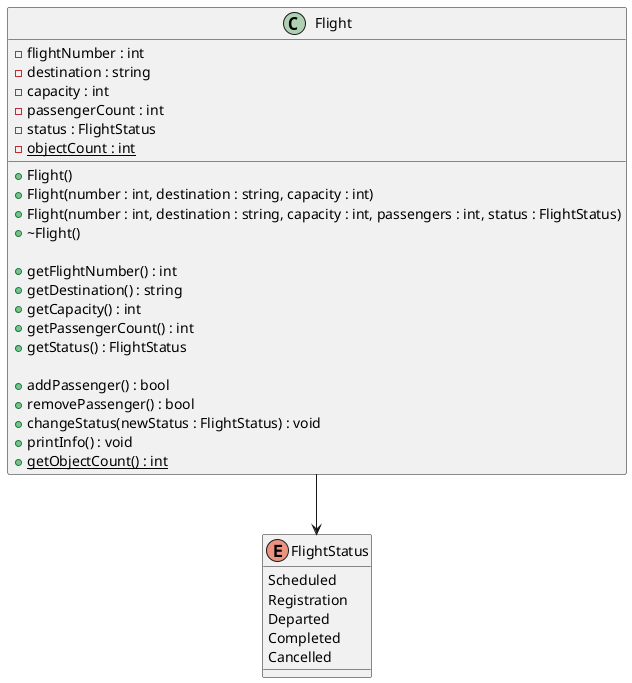
Above: Лабораторная_2/Flight.png in M1per/OOP-Labs (PlantUML), before the change.
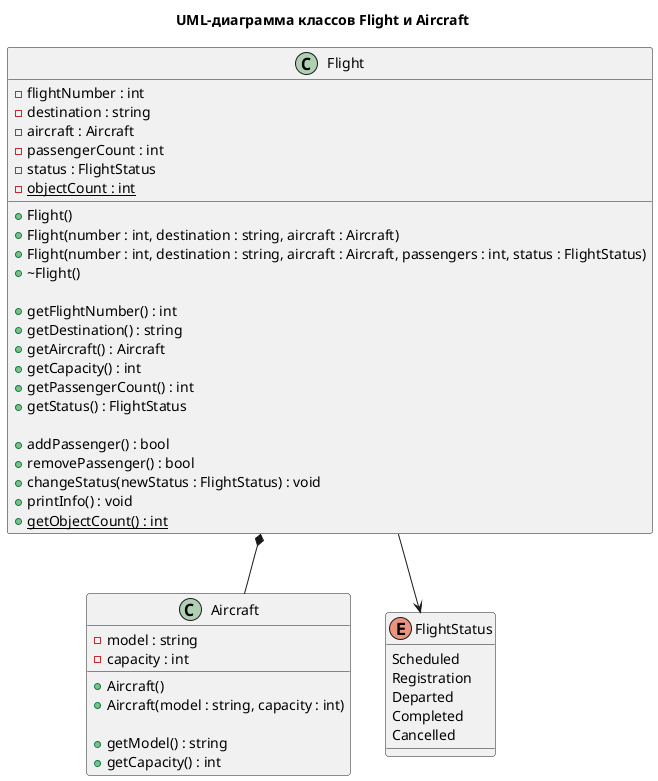
The same diagram one commit later.

Commit message:
Обновлена UML-диаграмма классов Flight и Aircraft

Change to the diagram source:
```diff
@@ -1,20 +1,34 @@
 @startuml
+
+title UML-диаграмма классов Flight и Aircraft
+
+class Aircraft {
+    - model : string
+    - capacity : int
+
+    + Aircraft()
+    + Aircraft(model : string, capacity : int)
+
+    + getModel() : string
+    + getCapacity() : int
+}
 
 class Flight {
     - flightNumber : int
     - destination : string
-    - capacity : int
+    - aircraft : Aircraft
     - passengerCount : int
     - status : FlightStatus
     - objectCount : int {static}
 
     + Flight()
-    + Flight(number : int, destination : string, capacity : int)
-    + Flight(number : int, destination : string, capacity : int, passengers : int, status : FlightStatus)
+    + Flight(number : int, destination : string, aircraft : Aircraft)
+    + Flight(number : int, destination : string, aircraft : Aircraft, passengers : int, status : FlightStatus)
     + ~Flight()
 
     + getFlightNumber() : int
     + getDestination() : string
+    + getAircraft() : Aircraft
     + getCapacity() : int
     + getPassengerCount() : int
     + getStatus() : FlightStatus
@@ -34,6 +48,7 @@
     Cancelled
 }
 
+Flight *-- Aircraft
 Flight --> FlightStatus
 
 @enduml
```
